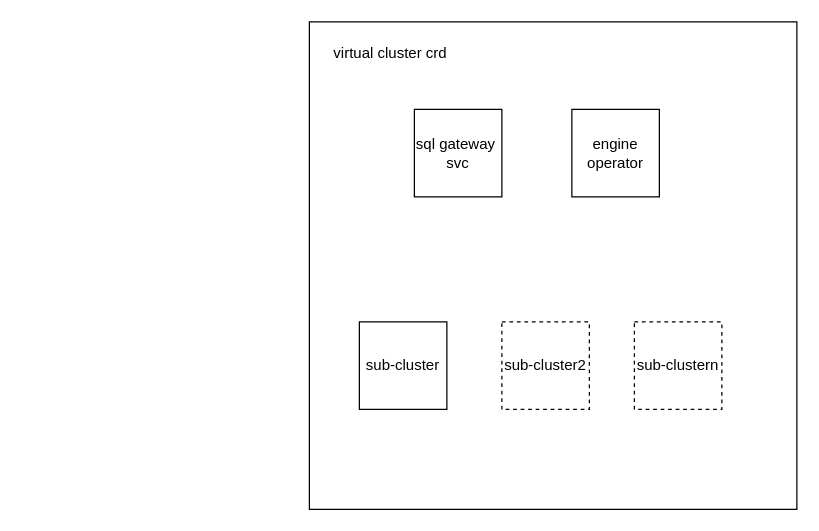
Earlier version of the draw.io diagram mpp弹性标准.drawio (yuhuali1989/ui). Source tidied: cells renumbered, new cells numbered last; positions are measured from the earlier drawing's top-left corner, leaving out a move shared by most shapes. Both pictures are drawn from the tidied source at 125%, with x=0, y=0 at pixel (309, 21).
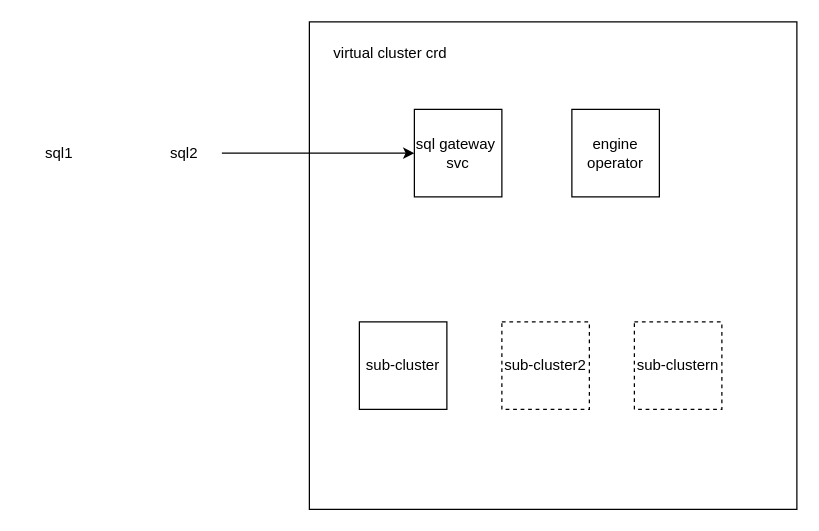
The same page after the edit.

What changed in the source:
```diff
@@
 <mxGraphModel>
   <root>
     <mxCell id="0" />
     <mxCell id="1" parent="0" />
     <mxCell id="2" style="whiteSpace=wrap;html=1;" parent="1" vertex="1">
       <mxGeometry width="390" height="390" as="geometry" />
     </mxCell>
     <mxCell id="3" value="sql gateway&amp;nbsp;&lt;br&gt;svc" style="whiteSpace=wrap;html=1;" parent="1" vertex="1">
       <mxGeometry x="84" y="70" width="70" height="70" as="geometry" />
     </mxCell>
     <mxCell id="4" value="virtual cluster crd" style="text;html=1;strokeColor=none;fillColor=none;align=center;verticalAlign=middle;whiteSpace=wrap;rounded=0;" parent="1" vertex="1">
       <mxGeometry x="10" y="10" width="110" height="30" as="geometry" />
     </mxCell>
     <mxCell id="5" value="engine operator" style="whiteSpace=wrap;html=1;" parent="1" vertex="1">
       <mxGeometry x="210" y="70" width="70" height="70" as="geometry" />
     </mxCell>
     <mxCell id="6" value="sub-cluster" style="whiteSpace=wrap;html=1;" parent="1" vertex="1">
       <mxGeometry x="40" y="240" width="70" height="70" as="geometry" />
     </mxCell>
     <mxCell id="7" value="sub-cluster2" style="whiteSpace=wrap;html=1;dashed=1;" parent="1" vertex="1">
       <mxGeometry x="154" y="240" width="70" height="70" as="geometry" />
     </mxCell>
     <mxCell id="8" value="sub-clustern" style="whiteSpace=wrap;html=1;dashed=1;" parent="1" vertex="1">
       <mxGeometry x="260" y="240" width="70" height="70" as="geometry" />
     </mxCell>
+    <mxCell id="9" value="sql1" style="text;html=1;strokeColor=none;fillColor=none;align=center;verticalAlign=middle;whiteSpace=wrap;rounded=0;dashed=1;" parent="1" vertex="1">
+      <mxGeometry x="-230" y="90" width="60" height="30" as="geometry" />
+    </mxCell>
+    <mxCell id="10" style="edgeStyle=orthogonalEdgeStyle;rounded=0;jettySize=auto;html=1;" parent="1" edge="1" source="11" target="3">
+      <mxGeometry relative="1" as="geometry" />
+    </mxCell>
+    <mxCell id="11" value="sql2" style="text;html=1;strokeColor=none;fillColor=none;align=center;verticalAlign=middle;whiteSpace=wrap;rounded=0;dashed=1;" parent="1" vertex="1">
+      <mxGeometry x="-130" y="90" width="60" height="30" as="geometry" />
+    </mxCell>
   </root>
 </mxGraphModel>
```
